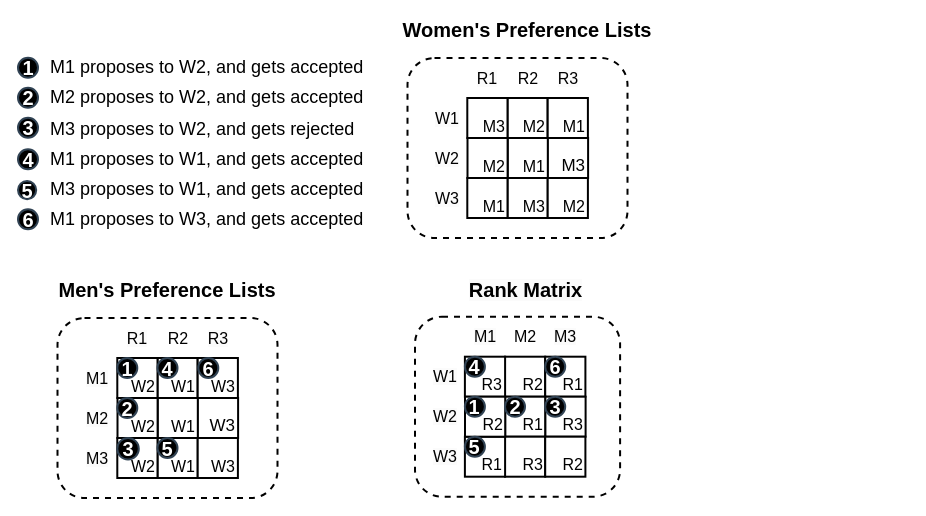
victorliu-sq/BambooSMP-Figures keeps this draw.io diagram as newGSExec.drawio. Above is the earlier version. Source tidied: cells renumbered, new cells numbered last; positions are measured from the earlier drawing's top-left corner, leaving out a move shared by most shapes. Both pictures are drawn from the tidied source at 100%, with x=0, y=0 at pixel (17, 19).
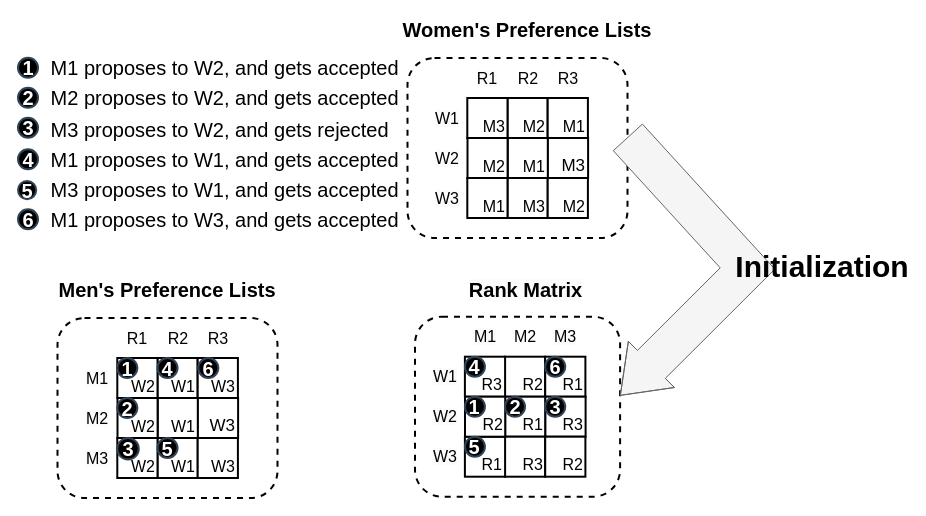
The same diagram, later.

What changed in the source:
```diff
@@
-    <mxCell id="10" value="&lt;h1 style=&quot;font-size: 18px;&quot;&gt;&lt;span style=&quot;font-size: 18px; font-weight: 400;&quot;&gt;&amp;nbsp;M1 proposes to W2, and gets accepted&lt;/span&gt;&lt;/h1&gt;" style="text;strokeColor=none;align=left;fillColor=none;html=1;verticalAlign=middle;whiteSpace=wrap;rounded=0;fontFamily=Helvetica;fontSize=18;fontColor=default;" parent="1" vertex="1">
-      <mxGeometry x="25.5" y="33.2" width="324.5" height="30" as="geometry" />
+    <mxCell id="10" value="&lt;h1 style=&quot;font-size: 20px;&quot;&gt;&lt;span style=&quot;font-size: 20px; font-weight: 400;&quot;&gt;&amp;nbsp;M1 proposes to W2, and gets accepted&lt;/span&gt;&lt;/h1&gt;" style="text;strokeColor=none;align=left;fillColor=none;html=1;verticalAlign=middle;whiteSpace=wrap;rounded=0;fontFamily=Helvetica;fontSize=20;fontColor=default;" parent="1" vertex="1">
+      <mxGeometry x="25.5" y="33.2" width="384.5" height="30" as="geometry" />
     </mxCell>
-    <mxCell id="11" value="&lt;h1 style=&quot;font-size: 18px;&quot;&gt;&lt;span style=&quot;font-size: 18px; font-weight: 400;&quot;&gt;&amp;nbsp;M2 proposes to W2, and gets accepted&lt;/span&gt;&lt;/h1&gt;" style="text;strokeColor=none;align=left;fillColor=none;html=1;verticalAlign=middle;whiteSpace=wrap;rounded=0;fontFamily=Helvetica;fontSize=18;fontColor=default;" parent="1" vertex="1">
-      <mxGeometry x="25.5" y="63.2" width="324.5" height="30" as="geometry" />
+    <mxCell id="11" value="&lt;h1 style=&quot;font-size: 20px;&quot;&gt;&lt;span style=&quot;font-size: 20px; font-weight: 400;&quot;&gt;&amp;nbsp;M2 proposes to W2, and gets accepted&lt;/span&gt;&lt;/h1&gt;" style="text;strokeColor=none;align=left;fillColor=none;html=1;verticalAlign=middle;whiteSpace=wrap;rounded=0;fontFamily=Helvetica;fontSize=20;fontColor=default;" parent="1" vertex="1">
+      <mxGeometry x="25.5" y="63.2" width="384.5" height="30" as="geometry" />
     </mxCell>
-    <mxCell id="12" value="&lt;h1 style=&quot;font-size: 18px;&quot;&gt;&lt;span style=&quot;font-size: 18px; font-weight: 400;&quot;&gt;&amp;nbsp;M3 proposes to W2, and gets rejected&lt;/span&gt;&lt;/h1&gt;" style="text;strokeColor=none;align=left;fillColor=none;html=1;verticalAlign=middle;whiteSpace=wrap;rounded=0;fontFamily=Helvetica;fontSize=18;fontColor=default;" parent="1" vertex="1">
-      <mxGeometry x="25.5" y="94.8" width="324.5" height="30" as="geometry" />
+    <mxCell id="12" value="&lt;h1 style=&quot;font-size: 20px;&quot;&gt;&lt;span style=&quot;font-size: 20px; font-weight: 400;&quot;&gt;&amp;nbsp;M3 proposes to W2, and gets rejected&lt;/span&gt;&lt;/h1&gt;" style="text;strokeColor=none;align=left;fillColor=none;html=1;verticalAlign=middle;whiteSpace=wrap;rounded=0;fontFamily=Helvetica;fontSize=20;fontColor=default;" parent="1" vertex="1">
+      <mxGeometry x="25.5" y="94.8" width="394.5" height="30" as="geometry" />
     </mxCell>
-    <mxCell id="13" value="&lt;h1 style=&quot;font-size: 18px;&quot;&gt;&lt;span style=&quot;font-size: 18px; font-weight: 400;&quot;&gt;&amp;nbsp;M1 proposes to W1, and gets accepted&lt;/span&gt;&lt;/h1&gt;" style="text;strokeColor=none;align=left;fillColor=none;html=1;verticalAlign=middle;whiteSpace=wrap;rounded=0;fontFamily=Helvetica;fontSize=18;fontColor=default;" parent="1" vertex="1">
-      <mxGeometry x="25.5" y="124.8" width="334.5" height="30" as="geometry" />
+    <mxCell id="13" value="&lt;h1 style=&quot;font-size: 20px;&quot;&gt;&lt;span style=&quot;font-size: 20px; font-weight: 400;&quot;&gt;&amp;nbsp;M1 proposes to W1, and gets accepted&lt;/span&gt;&lt;/h1&gt;" style="text;strokeColor=none;align=left;fillColor=none;html=1;verticalAlign=middle;whiteSpace=wrap;rounded=0;fontFamily=Helvetica;fontSize=20;fontColor=default;" parent="1" vertex="1">
+      <mxGeometry x="25.5" y="124.8" width="394.5" height="30" as="geometry" />
     </mxCell>
-    <mxCell id="14" value="&lt;h1 style=&quot;font-size: 18px;&quot;&gt;&lt;span style=&quot;font-size: 18px; font-weight: 400;&quot;&gt;&amp;nbsp;M3 proposes to W1, and gets accepted&lt;/span&gt;&lt;/h1&gt;" style="text;strokeColor=none;align=left;fillColor=none;html=1;verticalAlign=middle;whiteSpace=wrap;rounded=0;fontFamily=Helvetica;fontSize=18;fontColor=default;" parent="1" vertex="1">
-      <mxGeometry x="25.5" y="154.8" width="334.5" height="30" as="geometry" />
+    <mxCell id="14" value="&lt;h1 style=&quot;font-size: 20px;&quot;&gt;&lt;span style=&quot;font-size: 20px; font-weight: 400;&quot;&gt;&amp;nbsp;M3 proposes to W1, and gets accepted&lt;/span&gt;&lt;/h1&gt;" style="text;strokeColor=none;align=left;fillColor=none;html=1;verticalAlign=middle;whiteSpace=wrap;rounded=0;fontFamily=Helvetica;fontSize=20;fontColor=default;" parent="1" vertex="1">
+      <mxGeometry x="25.5" y="154.8" width="414.5" height="30" as="geometry" />
     </mxCell>
-    <mxCell id="15" value="&lt;h1 style=&quot;font-size: 18px;&quot;&gt;&lt;span style=&quot;font-size: 18px; font-weight: 400;&quot;&gt;&amp;nbsp;M1 proposes to W3, and gets accepted&lt;/span&gt;&lt;/h1&gt;" style="text;strokeColor=none;align=left;fillColor=none;html=1;verticalAlign=middle;whiteSpace=wrap;rounded=0;fontFamily=Helvetica;fontSize=18;fontColor=default;" parent="1" vertex="1">
-      <mxGeometry x="25.5" y="184.8" width="334.5" height="30" as="geometry" />
+    <mxCell id="15" value="&lt;h1 style=&quot;font-size: 20px;&quot;&gt;&lt;span style=&quot;font-size: 20px; font-weight: 400;&quot;&gt;&amp;nbsp;M1 proposes to W3, and gets accepted&lt;/span&gt;&lt;/h1&gt;" style="text;strokeColor=none;align=left;fillColor=none;html=1;verticalAlign=middle;whiteSpace=wrap;rounded=0;fontFamily=Helvetica;fontSize=20;fontColor=default;" parent="1" vertex="1">
+      <mxGeometry x="25.5" y="184.8" width="404.5" height="30" as="geometry" />
     </mxCell>
@@
+    <mxCell id="77" style="shape=flexArrow;endArrow=classic;html=1;rounded=0;exitX=1;exitY=0.5;exitDx=0;exitDy=0;entryX=1;entryY=0.5;entryDx=0;entryDy=0;width=39.48717948717949;endSize=14.273684210526318;fillColor=#f5f5f5;strokeColor=#666666;endWidth=24.750337381916328;" parent="1" edge="1">
+      <mxGeometry relative="1" as="geometry">
+        <mxPoint x="610" y="117.5" as="sourcePoint" />
+        <mxPoint x="602.5" y="376.2" as="targetPoint" />
+        <Array as="points">
+          <mxPoint x="730" y="249" />
+        </Array>
+      </mxGeometry>
+    </mxCell>
+    <mxCell id="78" value="&lt;font style=&quot;font-size: 30px;&quot;&gt;&lt;b&gt;Initialization&lt;/b&gt;&lt;/font&gt;" style="text;html=1;align=center;verticalAlign=middle;whiteSpace=wrap;rounded=0;fontSize=36;" parent="1" vertex="1">
+      <mxGeometry x="720" y="214.8" width="170" height="60" as="geometry" />
+    </mxCell>
```
